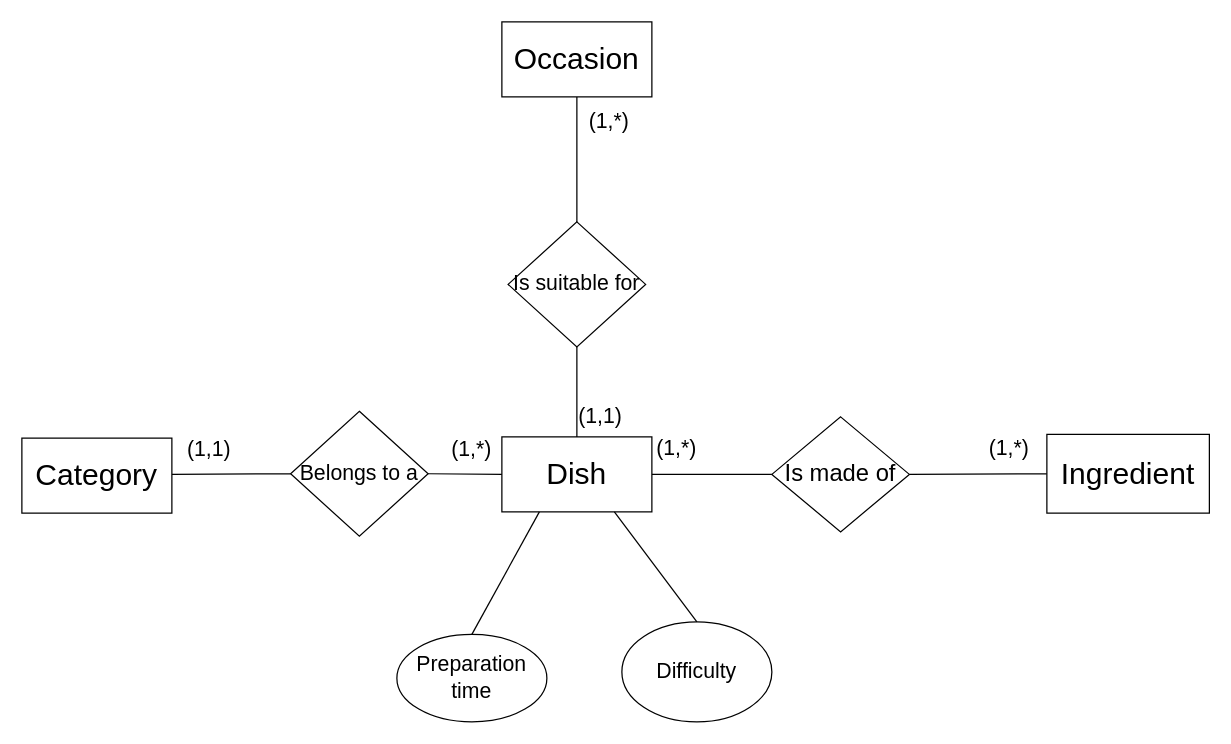
Before: Task5/Task5.drawio in devtot0/FundamentalsOfDatabases, a draw.io diagram. Source tidied: cells renumbered, new cells numbered last; positions are measured from the earlier drawing's top-left corner, leaving out a move shared by most shapes. Both pictures are drawn from the tidied source at 125%, with x=0, y=0 at pixel (21, 21).
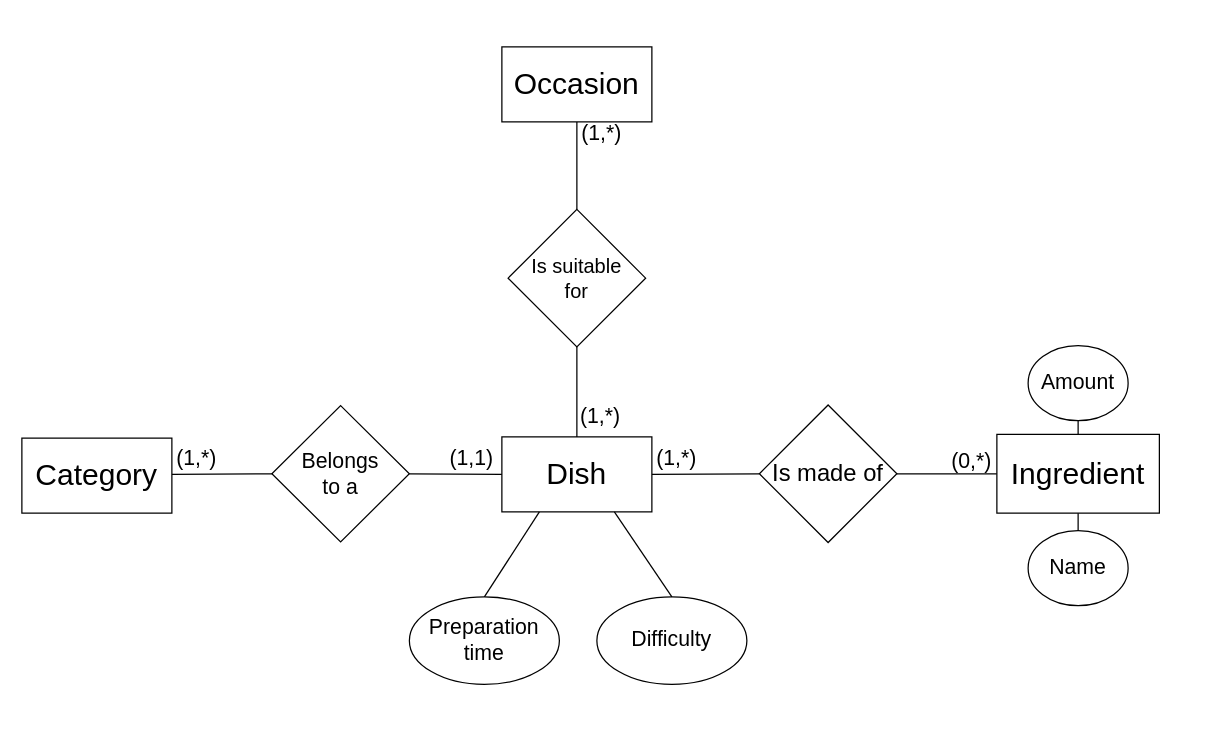
After the change.

The change refers to these unchanged cells:
```xml
<mxCell id="5" value="&lt;font style=&quot;font-size: 24px&quot;&gt;Ingredient&lt;/font&gt;" style="rounded=0;whiteSpace=wrap;html=1;" parent="4" vertex="1">
  <mxGeometry x="50" width="130" height="63" as="geometry" />
</mxCell>
<mxCell id="9" style="group;" parent="1" vertex="1">
  <mxGeometry x="384" y="332" width="160" height="60" as="geometry" />
</mxCell>
<mxCell id="10" value="&lt;font style=&quot;font-size: 24px&quot;&gt;Dish&lt;/font&gt;" style="rounded=0;whiteSpace=wrap;html=1;" parent="9" vertex="1">
  <mxGeometry width="120" height="60" as="geometry" />
</mxCell>
```

What changed in the source:
```diff
@@
     <mxCell id="4" style="group;" parent="1" vertex="1">
-      <mxGeometry x="770" y="330" width="180" height="63" as="geometry" />
+      <mxGeometry x="730" y="330" width="180" height="63" as="geometry" />
     </mxCell>
@@
-    <mxCell id="6" value="&lt;font style=&quot;font-size: 17px&quot;&gt;(1,*)&lt;/font&gt;" style="text;html=1;strokeColor=none;fillColor=none;align=center;verticalAlign=middle;whiteSpace=wrap;rounded=0;" parent="4" vertex="1">
-      <mxGeometry y="2" width="40" height="20" as="geometry" />
+    <mxCell id="6" value="&lt;font style=&quot;font-size: 17px&quot;&gt;(0,*)&lt;/font&gt;" style="text;html=1;strokeColor=none;fillColor=none;align=center;verticalAlign=middle;whiteSpace=wrap;rounded=0;" parent="4" vertex="1">
+      <mxGeometry x="10" y="12" width="40" height="20" as="geometry" />
     </mxCell>
     <mxCell id="7" style="group;" parent="1" vertex="1">
-      <mxGeometry x="600" y="316" width="130" height="92" as="geometry" />
+      <mxGeometry x="590" y="306.5" width="130" height="110" as="geometry" />
     </mxCell>
     <mxCell id="8" value="&lt;div&gt;&lt;span style=&quot;font-size: 19px&quot;&gt;Is made of&lt;/span&gt;&lt;/div&gt;" style="rhombus;whiteSpace=wrap;html=1;" parent="7" vertex="1">
-      <mxGeometry width="110" height="92" as="geometry" />
+      <mxGeometry width="110" height="110" as="geometry" />
     </mxCell>
@@
     <mxCell id="11" value="&lt;font style=&quot;font-size: 17px&quot;&gt;(1,*)&lt;/font&gt;" style="text;html=1;strokeColor=none;fillColor=none;align=center;verticalAlign=middle;whiteSpace=wrap;rounded=0;" parent="9" vertex="1">
-      <mxGeometry x="120" width="40" height="20" as="geometry" />
+      <mxGeometry x="120" y="8" width="40" height="20" as="geometry" />
     </mxCell>
-    <mxCell id="12" value="&lt;font style=&quot;font-size: 17px&quot;&gt;Belongs to a&lt;br&gt;&lt;/font&gt;" style="rhombus;whiteSpace=wrap;html=1;" parent="1" vertex="1">
-      <mxGeometry x="215" y="311.5" width="110" height="100" as="geometry" />
+    <mxCell id="12" value="&lt;font style=&quot;font-size: 17px&quot;&gt;Belongs&lt;br&gt;to a&lt;br&gt;&lt;/font&gt;" style="rhombus;whiteSpace=wrap;html=1;" parent="1" vertex="1">
+      <mxGeometry x="200" y="307" width="110" height="109" as="geometry" />
     </mxCell>
@@
-    <mxCell id="16" value="&lt;font style=&quot;font-size: 17px&quot;&gt;(1,*)&lt;/font&gt;" style="text;html=1;strokeColor=none;fillColor=none;align=center;verticalAlign=middle;whiteSpace=wrap;rounded=0;" parent="1" vertex="1">
-      <mxGeometry x="340" y="333" width="40" height="20" as="geometry" />
+    <mxCell id="16" value="&lt;font style=&quot;font-size: 17px&quot;&gt;(1,1)&lt;/font&gt;" style="text;html=1;strokeColor=none;fillColor=none;align=center;verticalAlign=middle;whiteSpace=wrap;rounded=0;" parent="1" vertex="1">
+      <mxGeometry x="340" y="340" width="40" height="20" as="geometry" />
     </mxCell>
-    <mxCell id="17" value="&lt;font style=&quot;font-size: 17px&quot;&gt;(1,1)&lt;/font&gt;" style="text;html=1;strokeColor=none;fillColor=none;align=center;verticalAlign=middle;whiteSpace=wrap;rounded=0;" parent="1" vertex="1">
-      <mxGeometry x="130" y="333" width="40" height="20" as="geometry" />
+    <mxCell id="17" value="&lt;font style=&quot;font-size: 17px&quot;&gt;(1,*)&lt;/font&gt;" style="text;html=1;strokeColor=none;fillColor=none;align=center;verticalAlign=middle;whiteSpace=wrap;rounded=0;" parent="1" vertex="1">
+      <mxGeometry x="120" y="340" width="40" height="20" as="geometry" />
     </mxCell>
-    <mxCell id="18" value="&lt;div&gt;&lt;span style=&quot;font-size: 17px&quot;&gt;Is suitable for&lt;/span&gt;&lt;/div&gt;" style="rhombus;whiteSpace=wrap;html=1;" parent="1" vertex="1">
-      <mxGeometry x="389" y="160" width="110" height="100" as="geometry" />
+    <mxCell id="18" value="&lt;div style=&quot;font-size: 16px;&quot;&gt;&lt;span style=&quot;font-size: 16px;&quot;&gt;Is suitable&lt;/span&gt;&lt;/div&gt;&lt;div style=&quot;font-size: 16px;&quot;&gt;&lt;span style=&quot;font-size: 16px;&quot;&gt;for&lt;/span&gt;&lt;/div&gt;" style="rhombus;whiteSpace=wrap;html=1;fontSize=16;" parent="1" vertex="1">
+      <mxGeometry x="389" y="150" width="110" height="110" as="geometry" />
     </mxCell>
@@
     <mxCell id="20" value="&lt;font style=&quot;font-size: 24px&quot;&gt;Occasion&lt;/font&gt;" style="rounded=0;whiteSpace=wrap;html=1;" parent="1" vertex="1">
-      <mxGeometry x="384" width="120" height="60" as="geometry" />
+      <mxGeometry x="384" y="20" width="120" height="60" as="geometry" />
     </mxCell>
@@
     <mxCell id="22" value="&lt;font style=&quot;font-size: 17px&quot;&gt;(1,*)&lt;/font&gt;" style="text;html=1;strokeColor=none;fillColor=none;align=center;verticalAlign=middle;whiteSpace=wrap;rounded=0;" parent="1" vertex="1">
-      <mxGeometry x="450" y="70" width="40" height="20" as="geometry" />
+      <mxGeometry x="444" y="80" width="40" height="20" as="geometry" />
     </mxCell>
-    <mxCell id="23" value="&lt;font style=&quot;font-size: 17px&quot;&gt;(1,1)&lt;/font&gt;" style="text;html=1;strokeColor=none;fillColor=none;align=center;verticalAlign=middle;whiteSpace=wrap;rounded=0;" parent="1" vertex="1">
+    <mxCell id="23" value="&lt;font style=&quot;font-size: 17px&quot;&gt;(1,*)&lt;/font&gt;" style="text;html=1;strokeColor=none;fillColor=none;align=center;verticalAlign=middle;whiteSpace=wrap;rounded=0;" parent="1" vertex="1">
       <mxGeometry x="442.5" y="306" width="40" height="20" as="geometry" />
     </mxCell>
+    <mxCell id="25" style="rounded=0;jettySize=auto;html=1;exitX=0.5;exitY=0;exitDx=0;exitDy=0;entryX=0.25;entryY=1;entryDx=0;entryDy=0;endArrow=none;endFill=0;" parent="1" edge="1" source="24" target="10">
+      <mxGeometry relative="1" as="geometry" />
+    </mxCell>
     <mxCell id="24" value="&lt;font style=&quot;font-size: 17px&quot;&gt;Preparation time&lt;br&gt;&lt;/font&gt;" style="ellipse;whiteSpace=wrap;html=1;" parent="1" vertex="1">
-      <mxGeometry x="300" y="490" width="120" height="70" as="geometry" />
+      <mxGeometry x="310" y="460" width="120" height="70" as="geometry" />
     </mxCell>
-    <mxCell id="25" style="endArrow=none;html=1;entryX=0.25;entryY=1;entryDx=0;entryDy=0;exitX=0.5;exitY=0;exitDx=0;exitDy=0;" parent="1" edge="1" source="24" target="10">
-      <mxGeometry relative="1" as="geometry" />
-    </mxCell>
     <mxCell id="26" value="&lt;font style=&quot;font-size: 17px&quot;&gt;Difficulty&lt;/font&gt;" style="ellipse;whiteSpace=wrap;html=1;" parent="1" vertex="1">
-      <mxGeometry x="480" y="480" width="120" height="80" as="geometry" />
+      <mxGeometry x="460" y="460" width="120" height="70" as="geometry" />
     </mxCell>
-    <mxCell id="27" style="endArrow=none;html=1;entryX=0.75;entryY=1;entryDx=0;entryDy=0;exitX=0.5;exitY=0;exitDx=0;exitDy=0;" parent="1" edge="1" source="26" target="10">
-      <mxGeometry relative="1" as="geometry" />
+    <mxCell id="27" style="endArrow=none;html=1;exitX=0.5;exitY=0;exitDx=0;exitDy=0;" parent="1" edge="1" source="26">
+      <mxGeometry relative="1" as="geometry">
+        <mxPoint x="474" y="392" as="targetPoint" />
+      </mxGeometry>
     </mxCell>
+    <mxCell id="28" value="&lt;font style=&quot;font-size: 17px&quot;&gt;Amount&lt;/font&gt;" style="ellipse;whiteSpace=wrap;html=1;" parent="1" vertex="1">
+      <mxGeometry x="805" y="259" width="80" height="60" as="geometry" />
+    </mxCell>
+    <mxCell id="29" style="endArrow=none;html=1;entryX=0.5;entryY=1;entryDx=0;entryDy=0;" parent="1" edge="1" source="5" target="28">
+      <mxGeometry relative="1" as="geometry" />
+    </mxCell>
+    <mxCell id="30" value="&lt;span style=&quot;font-size: 17px&quot;&gt;Name&lt;/span&gt;" style="ellipse;whiteSpace=wrap;html=1;" parent="1" vertex="1">
+      <mxGeometry x="805" y="407" width="80" height="60" as="geometry" />
+    </mxCell>
+    <mxCell id="31" style="endArrow=none;html=1;entryX=0.5;entryY=1;entryDx=0;entryDy=0;exitX=0.5;exitY=0;exitDx=0;exitDy=0;" parent="1" edge="1" source="30" target="5">
+      <mxGeometry relative="1" as="geometry" />
+    </mxCell>
```
